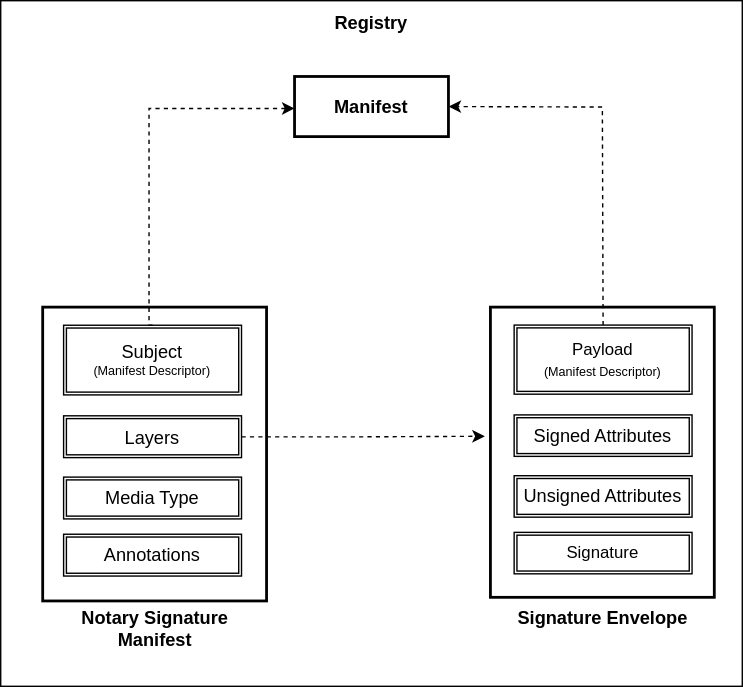
Above: media/signature-specification.svg in notaryproject/specifications (draw.io), before the change. Source tidied: cells renumbered, new cells last; positions are measured from the earlier drawing's top-left corner, leaving out a move shared by most shapes.
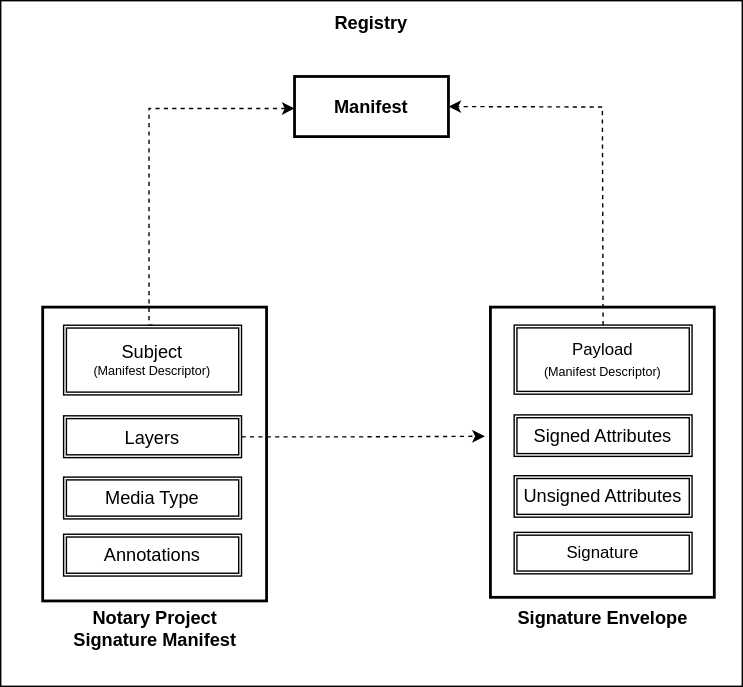
The same diagram one commit later.

Commit message:
doc: update per comments

Diff of the diagram source:
```diff
@@ -41,7 +41,7 @@
     <mxCell id="12" value="&lt;font style=&quot;font-size: 13px&quot;&gt;Annotations&lt;/font&gt;" style="shape=ext;double=1;rounded=0;whiteSpace=wrap;html=1;strokeWidth=1;fillColor=none;" parent="8" vertex="1">
       <mxGeometry x="15" y="162.3" width="127.2" height="29.9" as="geometry" />
     </mxCell>
-    <mxCell id="13" value="&lt;div style=&quot;font-size: 13px&quot;&gt;&lt;font style=&quot;font-size: 13px&quot;&gt;Notary Signature Manifest&lt;/font&gt;&lt;/div&gt;" style="text;html=1;strokeColor=none;fillColor=none;align=center;verticalAlign=middle;whiteSpace=wrap;rounded=0;fontStyle=1;" parent="8" vertex="1">
+    <mxCell id="13" value="&lt;div style=&quot;font-size: 13px&quot;&gt;&lt;font style=&quot;font-size: 13px&quot;&gt;Notary Project Signature Manifest&lt;/font&gt;&lt;/div&gt;" style="text;html=1;strokeColor=none;fillColor=none;align=center;verticalAlign=middle;whiteSpace=wrap;rounded=0;fontStyle=1;" parent="8" vertex="1">
       <mxGeometry x="17" y="220.1" width="127" height="18.9" as="geometry" />
     </mxCell>
     <mxCell id="14" value="&lt;font style=&quot;font-size: 13px&quot;&gt;Subject&lt;/font&gt;&lt;div style=&quot;font-size: 9px&quot;&gt;&lt;font style=&quot;font-size: 9px&quot;&gt;(Manifest Descriptor)&lt;/font&gt;&lt;br&gt;&lt;/div&gt;" style="shape=ext;double=1;rounded=0;whiteSpace=wrap;html=1;strokeWidth=1;fillColor=none;" parent="8" vertex="1">
```
